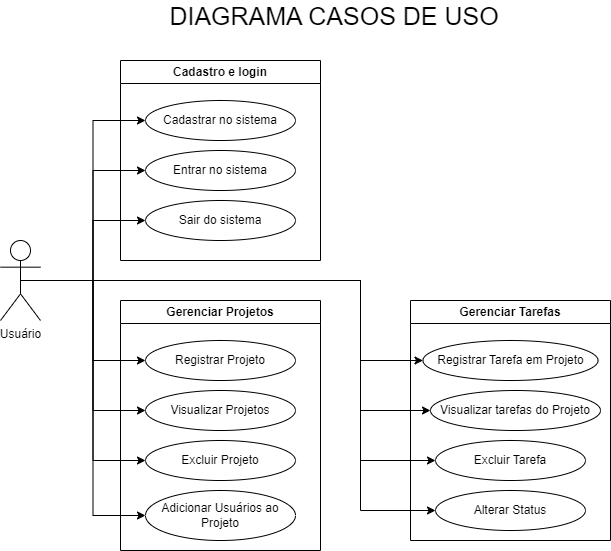
Earlier version of the draw.io export documents/CasosDeUs.png (splantapot/atividade3_DSenai). Source tidied: cells renumbered, new cells last; positions are measured from the earlier drawing's top-left corner, leaving out a move shared by most shapes.
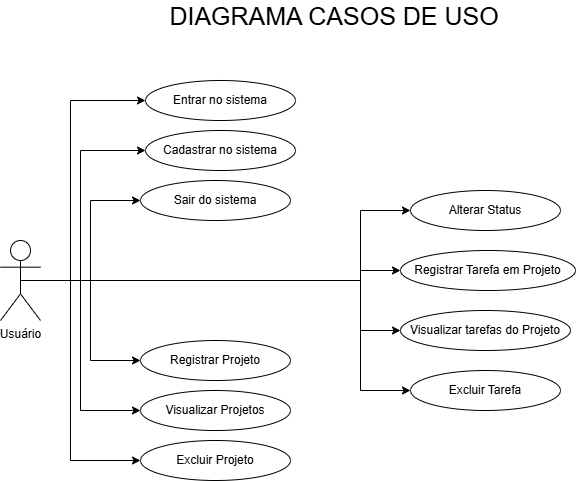
The same diagram one commit later.

What changed in the source:
```diff
@@ -6,28 +6,53 @@
       <mxGeometry x="149" width="370" height="30" as="geometry" />
     </mxCell>
     <mxCell id="3" style="edgeStyle=orthogonalEdgeStyle;rounded=0;jettySize=auto;html=1;exitX=0.5;exitY=0.5;exitDx=0;exitDy=0;exitPerimeter=0;entryX=0;entryY=0.5;entryDx=0;entryDy=0;" parent="1" edge="1" source="14" target="16">
-      <mxGeometry relative="1" as="geometry" />
+      <mxGeometry relative="1" as="geometry">
+        <Array as="points">
+          <mxPoint x="80" y="280" />
+          <mxPoint x="80" y="150" />
+        </Array>
+      </mxGeometry>
     </mxCell>
     <mxCell id="4" style="edgeStyle=orthogonalEdgeStyle;rounded=0;jettySize=auto;html=1;exitX=0.5;exitY=0.5;exitDx=0;exitDy=0;exitPerimeter=0;entryX=0;entryY=0.5;entryDx=0;entryDy=0;" parent="1" edge="1" source="14" target="17">
-      <mxGeometry relative="1" as="geometry" />
+      <mxGeometry relative="1" as="geometry">
+        <Array as="points">
+          <mxPoint x="70" y="280" />
+          <mxPoint x="70" y="100" />
+        </Array>
+      </mxGeometry>
     </mxCell>
     <mxCell id="5" style="edgeStyle=orthogonalEdgeStyle;rounded=0;jettySize=auto;html=1;exitX=0.5;exitY=0.5;exitDx=0;exitDy=0;exitPerimeter=0;" parent="1" edge="1" source="14" target="18">
-      <mxGeometry relative="1" as="geometry" />
+      <mxGeometry relative="1" as="geometry">
+        <Array as="points">
+          <mxPoint x="90" y="280" />
+          <mxPoint x="90" y="200" />
+        </Array>
+      </mxGeometry>
     </mxCell>
     <mxCell id="6" style="edgeStyle=orthogonalEdgeStyle;rounded=0;jettySize=auto;html=1;exitX=0.5;exitY=0.5;exitDx=0;exitDy=0;exitPerimeter=0;entryX=0;entryY=0.5;entryDx=0;entryDy=0;" parent="1" edge="1" source="14" target="20">
       <mxGeometry relative="1" as="geometry" />
     </mxCell>
     <mxCell id="7" style="edgeStyle=orthogonalEdgeStyle;rounded=0;jettySize=auto;html=1;exitX=0.5;exitY=0.5;exitDx=0;exitDy=0;exitPerimeter=0;entryX=0;entryY=0.5;entryDx=0;entryDy=0;" parent="1" edge="1" source="14" target="21">
-      <mxGeometry relative="1" as="geometry" />
+      <mxGeometry relative="1" as="geometry">
+        <Array as="points">
+          <mxPoint x="80" y="280" />
+          <mxPoint x="80" y="410" />
+        </Array>
+      </mxGeometry>
     </mxCell>
     <mxCell id="8" style="edgeStyle=orthogonalEdgeStyle;rounded=0;jettySize=auto;html=1;exitX=0.5;exitY=0.5;exitDx=0;exitDy=0;exitPerimeter=0;entryX=0;entryY=0.5;entryDx=0;entryDy=0;" parent="1" edge="1" source="14" target="22">
-      <mxGeometry relative="1" as="geometry" />
+      <mxGeometry relative="1" as="geometry">
+        <Array as="points">
+          <mxPoint x="70" y="280" />
+          <mxPoint x="70" y="460" />
+        </Array>
+      </mxGeometry>
     </mxCell>
     <mxCell id="9" style="edgeStyle=orthogonalEdgeStyle;rounded=0;jettySize=auto;html=1;exitX=0.5;exitY=0.5;exitDx=0;exitDy=0;exitPerimeter=0;entryX=0;entryY=0.5;entryDx=0;entryDy=0;" parent="1" edge="1" source="14" target="25">
       <mxGeometry relative="1" as="geometry">
         <Array as="points">
           <mxPoint x="360" y="280" />
-          <mxPoint x="360" y="360" />
+          <mxPoint x="360" y="270" />
         </Array>
       </mxGeometry>
     </mxCell>
@@ -35,7 +60,7 @@
       <mxGeometry relative="1" as="geometry">
         <Array as="points">
           <mxPoint x="360" y="280" />
-          <mxPoint x="360" y="410" />
+          <mxPoint x="360" y="330" />
         </Array>
       </mxGeometry>
     </mxCell>
@@ -43,65 +68,50 @@
       <mxGeometry relative="1" as="geometry">
         <Array as="points">
           <mxPoint x="360" y="280" />
-          <mxPoint x="360" y="460" />
+          <mxPoint x="360" y="390" />
         </Array>
       </mxGeometry>
     </mxCell>
-    <mxCell id="12" style="edgeStyle=orthogonalEdgeStyle;rounded=0;jettySize=auto;html=1;exitX=0.5;exitY=0.5;exitDx=0;exitDy=0;exitPerimeter=0;entryX=0;entryY=0.5;entryDx=0;entryDy=0;" parent="1" edge="1" source="14" target="23">
-      <mxGeometry relative="1" as="geometry" />
-    </mxCell>
     <mxCell id="13" style="edgeStyle=orthogonalEdgeStyle;rounded=0;jettySize=auto;html=1;exitX=0.5;exitY=0.5;exitDx=0;exitDy=0;exitPerimeter=0;entryX=0;entryY=0.5;entryDx=0;entryDy=0;" parent="1" edge="1" source="14" target="28">
       <mxGeometry relative="1" as="geometry">
         <Array as="points">
           <mxPoint x="360" y="280" />
-          <mxPoint x="360" y="510" />
+          <mxPoint x="360" y="210" />
         </Array>
       </mxGeometry>
     </mxCell>
     <mxCell id="14" value="Usuário" style="shape=umlActor;verticalLabelPosition=bottom;verticalAlign=top;html=1;outlineConnect=0;" parent="1" vertex="1">
       <mxGeometry y="240" width="40" height="80" as="geometry" />
     </mxCell>
-    <mxCell id="15" value="Cadastro e login" style="swimlane;whiteSpace=wrap;html=1;" parent="1" vertex="1">
-      <mxGeometry x="120" y="60" width="200" height="200" as="geometry" />
-    </mxCell>
-    <mxCell id="16" value="Cadastrar no sistema" style="ellipse;whiteSpace=wrap;html=1;" parent="15" vertex="1">
-      <mxGeometry x="25" y="40" width="150" height="40" as="geometry" />
+    <mxCell id="16" value="Cadastrar no sistema" style="ellipse;whiteSpace=wrap;html=1;" parent="1" vertex="1">
+      <mxGeometry x="145" y="130" width="150" height="40" as="geometry" />
     </mxCell>
-    <mxCell id="17" value="Entrar no sistema" style="ellipse;whiteSpace=wrap;html=1;" parent="15" vertex="1">
-      <mxGeometry x="25" y="90" width="150" height="40" as="geometry" />
+    <mxCell id="17" value="Entrar no sistema" style="ellipse;whiteSpace=wrap;html=1;" parent="1" vertex="1">
+      <mxGeometry x="145" y="80" width="150" height="40" as="geometry" />
     </mxCell>
-    <mxCell id="18" value="Sair do sistema" style="ellipse;whiteSpace=wrap;html=1;" parent="15" vertex="1">
-      <mxGeometry x="25" y="140" width="150" height="40" as="geometry" />
+    <mxCell id="18" value="Sair do sistema" style="ellipse;whiteSpace=wrap;html=1;" parent="1" vertex="1">
+      <mxGeometry x="140" y="180" width="150" height="40" as="geometry" />
     </mxCell>
-    <mxCell id="19" value="Gerenciar Projetos" style="swimlane;whiteSpace=wrap;html=1;" parent="1" vertex="1">
-      <mxGeometry x="120" y="300" width="200" height="250" as="geometry" />
-    </mxCell>
-    <mxCell id="20" value="Registrar Projeto" style="ellipse;whiteSpace=wrap;html=1;" parent="19" vertex="1">
-      <mxGeometry x="25" y="40" width="150" height="40" as="geometry" />
+    <mxCell id="20" value="Registrar Projeto" style="ellipse;whiteSpace=wrap;html=1;" parent="1" vertex="1">
+      <mxGeometry x="140" y="340" width="150" height="40" as="geometry" />
     </mxCell>
-    <mxCell id="21" value="Visualizar Projetos" style="ellipse;whiteSpace=wrap;html=1;" parent="19" vertex="1">
-      <mxGeometry x="25" y="90" width="150" height="40" as="geometry" />
+    <mxCell id="21" value="Visualizar Projetos" style="ellipse;whiteSpace=wrap;html=1;" parent="1" vertex="1">
+      <mxGeometry x="140" y="390" width="150" height="40" as="geometry" />
     </mxCell>
-    <mxCell id="22" value="Excluir Projeto" style="ellipse;whiteSpace=wrap;html=1;" parent="19" vertex="1">
-      <mxGeometry x="25" y="140" width="150" height="40" as="geometry" />
+    <mxCell id="22" value="Excluir Projeto" style="ellipse;whiteSpace=wrap;html=1;" parent="1" vertex="1">
+      <mxGeometry x="140" y="440" width="150" height="40" as="geometry" />
     </mxCell>
-    <mxCell id="23" value="Adicionar Usuários ao Projeto" style="ellipse;whiteSpace=wrap;html=1;" parent="19" vertex="1">
-      <mxGeometry x="25" y="190" width="150" height="50" as="geometry" />
-    </mxCell>
-    <mxCell id="24" value="Gerenciar Tarefas" style="swimlane;whiteSpace=wrap;html=1;" parent="1" vertex="1">
-      <mxGeometry x="410" y="300" width="200" height="240" as="geometry" />
-    </mxCell>
-    <mxCell id="25" value="Registrar Tarefa em Projeto" style="ellipse;whiteSpace=wrap;html=1;" parent="24" vertex="1">
-      <mxGeometry x="12.5" y="40" width="175" height="40" as="geometry" />
+    <mxCell id="25" value="Registrar Tarefa em Projeto" style="ellipse;whiteSpace=wrap;html=1;" parent="1" vertex="1">
+      <mxGeometry x="400" y="250" width="175" height="40" as="geometry" />
     </mxCell>
-    <mxCell id="26" value="Visualizar tarefas do Projeto" style="ellipse;whiteSpace=wrap;html=1;" parent="24" vertex="1">
-      <mxGeometry x="20" y="90" width="170" height="40" as="geometry" />
+    <mxCell id="26" value="Visualizar tarefas do Projeto" style="ellipse;whiteSpace=wrap;html=1;" parent="1" vertex="1">
+      <mxGeometry x="400" y="310" width="170" height="40" as="geometry" />
     </mxCell>
-    <mxCell id="27" value="Excluir Tarefa" style="ellipse;whiteSpace=wrap;html=1;" parent="24" vertex="1">
-      <mxGeometry x="25" y="140" width="150" height="40" as="geometry" />
+    <mxCell id="27" value="Excluir Tarefa" style="ellipse;whiteSpace=wrap;html=1;" parent="1" vertex="1">
+      <mxGeometry x="410" y="370" width="150" height="40" as="geometry" />
     </mxCell>
-    <mxCell id="28" value="Alterar Status" style="ellipse;whiteSpace=wrap;html=1;" parent="24" vertex="1">
-      <mxGeometry x="25" y="190" width="150" height="40" as="geometry" />
+    <mxCell id="28" value="Alterar Status" style="ellipse;whiteSpace=wrap;html=1;" parent="1" vertex="1">
+      <mxGeometry x="410" y="190" width="150" height="40" as="geometry" />
     </mxCell>
   </root>
 </mxGraphModel>
```
